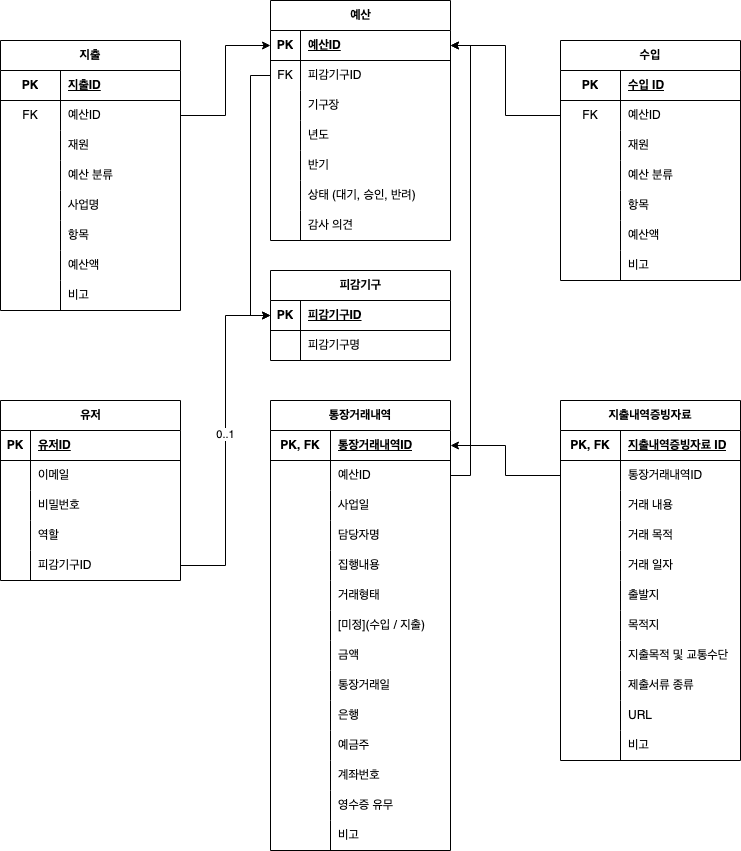
Before: images/감사원.drawio.png, a diagram exported from draw.io (tnqja0227/board-of-audit-and-inspection-system). Source tidied: cells renumbered, new cells last; positions are measured from the earlier drawing's top-left corner, leaving out a move shared by most shapes.
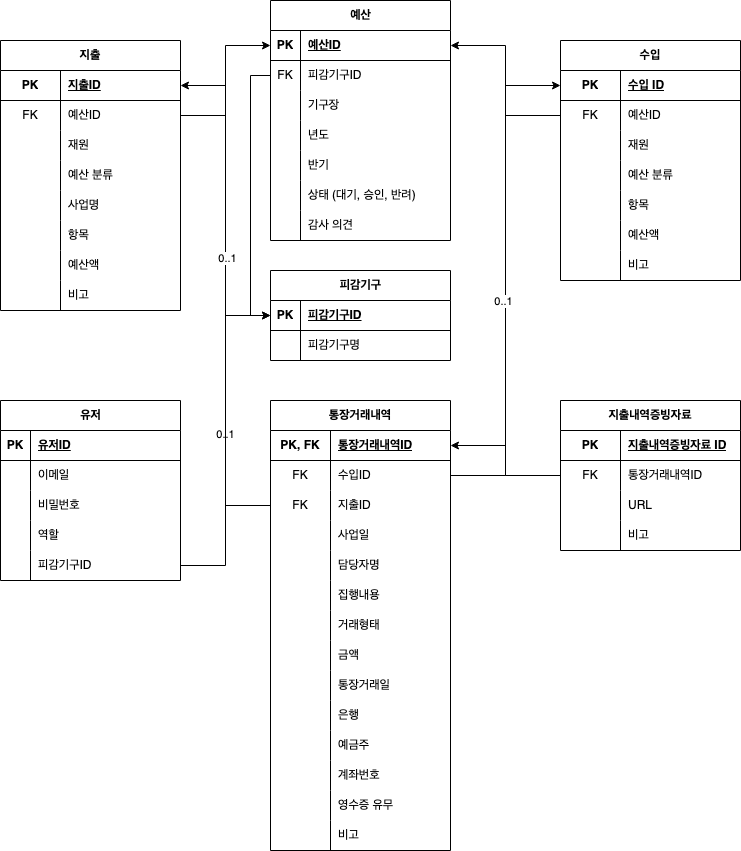
After the commit.

Diff of the diagram source:
```diff
@@ -179,14 +179,23 @@
     <mxCell id="60" style="shape=tableRow;horizontal=0;startSize=0;swimlaneHead=0;swimlaneBody=0;fillColor=none;points=[[0,0.5],[1,0.5]];portConstraint=eastwest;top=0;left=0;right=0;bottom=0;html=1;" parent="56" vertex="1">
       <mxGeometry y="60" width="180" height="30" as="geometry" />
     </mxCell>
-    <mxCell id="61" style="shape=partialRectangle;fillColor=none;top=0;left=0;bottom=0;right=0;overflow=hidden;html=1;whiteSpace=wrap;" parent="60" vertex="1">
+    <mxCell id="61" value="FK" style="shape=partialRectangle;fillColor=none;top=0;left=0;bottom=0;right=0;overflow=hidden;html=1;whiteSpace=wrap;" parent="60" vertex="1">
       <mxGeometry width="60" height="30" as="geometry" />
     </mxCell>
-    <mxCell id="62" value="예산ID" style="shape=partialRectangle;fillColor=none;top=0;left=0;bottom=0;right=0;align=left;spacingLeft=6;overflow=hidden;html=1;whiteSpace=wrap;" parent="60" vertex="1">
+    <mxCell id="62" value="수입ID" style="shape=partialRectangle;fillColor=none;top=0;left=0;bottom=0;right=0;align=left;spacingLeft=6;overflow=hidden;html=1;whiteSpace=wrap;" parent="60" vertex="1">
       <mxGeometry x="60" width="120" height="30" as="geometry" />
     </mxCell>
+    <mxCell id="106" style="shape=tableRow;horizontal=0;startSize=0;swimlaneHead=0;swimlaneBody=0;fillColor=none;points=[[0,0.5],[1,0.5]];portConstraint=eastwest;top=0;left=0;right=0;bottom=0;html=1;" parent="56" vertex="1">
+      <mxGeometry y="90" width="180" height="30" as="geometry" />
+    </mxCell>
+    <mxCell id="178" value="FK" style="shape=partialRectangle;fillColor=none;top=0;left=0;bottom=0;right=0;overflow=hidden;html=1;whiteSpace=wrap;" parent="106" vertex="1">
+      <mxGeometry width="60" height="30" as="geometry" />
+    </mxCell>
+    <mxCell id="179" value="지출ID" style="shape=partialRectangle;fillColor=none;top=0;left=0;bottom=0;right=0;align=left;spacingLeft=6;overflow=hidden;html=1;whiteSpace=wrap;" parent="106" vertex="1">
+      <mxGeometry x="60" width="120" height="30" as="geometry" />
+    </mxCell>
     <mxCell id="63" style="shape=tableRow;horizontal=0;startSize=0;swimlaneHead=0;swimlaneBody=0;fillColor=none;top=0;left=0;right=0;bottom=0;html=1;" parent="56" vertex="1">
-      <mxGeometry y="90" width="180" height="30" as="geometry" />
+      <mxGeometry y="120" width="180" height="30" as="geometry" />
     </mxCell>
     <mxCell id="64" style="shape=partialRectangle;fillColor=none;top=0;left=0;bottom=0;right=0;overflow=hidden;html=1;whiteSpace=wrap;" parent="63" vertex="1">
       <mxGeometry width="60" height="30" as="geometry" />
@@ -195,7 +204,7 @@
       <mxGeometry x="60" width="120" height="30" as="geometry" />
     </mxCell>
     <mxCell id="66" style="shape=tableRow;horizontal=0;startSize=0;swimlaneHead=0;swimlaneBody=0;fillColor=none;top=0;left=0;right=0;bottom=0;html=1;" parent="56" vertex="1">
-      <mxGeometry y="120" width="180" height="30" as="geometry" />
+      <mxGeometry y="150" width="180" height="30" as="geometry" />
     </mxCell>
     <mxCell id="67" style="shape=partialRectangle;fillColor=none;top=0;left=0;bottom=0;right=0;overflow=hidden;html=1;whiteSpace=wrap;" parent="66" vertex="1">
       <mxGeometry width="60" height="30" as="geometry" />
@@ -204,7 +213,7 @@
       <mxGeometry x="60" width="120" height="30" as="geometry" />
     </mxCell>
     <mxCell id="69" style="shape=tableRow;horizontal=0;startSize=0;swimlaneHead=0;swimlaneBody=0;fillColor=none;top=0;left=0;right=0;bottom=0;html=1;" parent="56" vertex="1">
-      <mxGeometry y="150" width="180" height="30" as="geometry" />
+      <mxGeometry y="180" width="180" height="30" as="geometry" />
     </mxCell>
     <mxCell id="70" style="shape=partialRectangle;fillColor=none;top=0;left=0;bottom=0;right=0;overflow=hidden;html=1;whiteSpace=wrap;" parent="69" vertex="1">
       <mxGeometry width="60" height="30" as="geometry" />
@@ -213,7 +222,7 @@
       <mxGeometry x="60" width="120" height="30" as="geometry" />
     </mxCell>
     <mxCell id="72" style="shape=tableRow;horizontal=0;startSize=0;swimlaneHead=0;swimlaneBody=0;fillColor=none;top=0;left=0;right=0;bottom=0;html=1;" parent="56" vertex="1">
-      <mxGeometry y="180" width="180" height="30" as="geometry" />
+      <mxGeometry y="210" width="180" height="30" as="geometry" />
     </mxCell>
     <mxCell id="73" style="shape=partialRectangle;fillColor=none;top=0;left=0;bottom=0;right=0;overflow=hidden;html=1;whiteSpace=wrap;" parent="72" vertex="1">
       <mxGeometry width="60" height="30" as="geometry" />
@@ -221,15 +230,6 @@
     <mxCell id="74" value="거래형태" style="shape=partialRectangle;fillColor=none;top=0;left=0;bottom=0;right=0;align=left;spacingLeft=6;overflow=hidden;html=1;whiteSpace=wrap;" parent="72" vertex="1">
       <mxGeometry x="60" width="120" height="30" as="geometry" />
     </mxCell>
-    <mxCell id="75" style="shape=tableRow;horizontal=0;startSize=0;swimlaneHead=0;swimlaneBody=0;fillColor=none;top=0;left=0;right=0;bottom=0;html=1;" parent="56" vertex="1">
-      <mxGeometry y="210" width="180" height="30" as="geometry" />
-    </mxCell>
-    <mxCell id="76" style="shape=partialRectangle;fillColor=none;top=0;left=0;bottom=0;right=0;overflow=hidden;html=1;whiteSpace=wrap;" parent="75" vertex="1">
-      <mxGeometry width="60" height="30" as="geometry" />
-    </mxCell>
-    <mxCell id="77" value="[미정](수입 / 지출)" style="shape=partialRectangle;fillColor=none;top=0;left=0;bottom=0;right=0;align=left;spacingLeft=6;overflow=hidden;html=1;whiteSpace=wrap;" parent="75" vertex="1">
-      <mxGeometry x="60" width="120" height="30" as="geometry" />
-    </mxCell>
     <mxCell id="78" style="shape=tableRow;horizontal=0;startSize=0;swimlaneHead=0;swimlaneBody=0;fillColor=none;top=0;left=0;right=0;bottom=0;html=1;" parent="56" vertex="1">
       <mxGeometry y="240" width="180" height="30" as="geometry" />
     </mxCell>
@@ -294,12 +294,12 @@
       <mxGeometry x="60" width="120" height="30" as="geometry" />
     </mxCell>
     <mxCell id="99" value="지출내역증빙자료" style="shape=table;startSize=30;rowLines=0;fontStyle=1;align=center;html=1;whiteSpace=wrap;" parent="1" vertex="1">
-      <mxGeometry x="560" y="400" width="180" height="360" as="geometry" />
+      <mxGeometry x="560" y="400" width="180" height="150" as="geometry" />
     </mxCell>
     <mxCell id="100" style="shape=tableRow;horizontal=0;startSize=0;swimlaneHead=0;swimlaneBody=0;fillColor=none;top=0;left=0;right=0;bottom=1;html=1;" parent="99" vertex="1">
       <mxGeometry y="30" width="180" height="30" as="geometry" />
     </mxCell>
-    <mxCell id="101" value="PK, FK" style="shape=partialRectangle;fillColor=none;top=0;left=0;bottom=0;right=0;fontStyle=1;overflow=hidden;html=1;whiteSpace=wrap;" parent="100" vertex="1">
+    <mxCell id="101" value="PK" style="shape=partialRectangle;fillColor=none;top=0;left=0;bottom=0;right=0;fontStyle=1;overflow=hidden;html=1;whiteSpace=wrap;" parent="100" vertex="1">
       <mxGeometry width="60" height="30" as="geometry" />
     </mxCell>
     <mxCell id="102" value="지출내역증빙자료&amp;nbsp;ID" style="shape=partialRectangle;fillColor=none;top=0;left=0;bottom=0;right=0;align=left;spacingLeft=6;fontStyle=5;overflow=hidden;html=1;whiteSpace=wrap;" parent="100" vertex="1">
@@ -308,77 +308,14 @@
     <mxCell id="103" style="shape=tableRow;horizontal=0;startSize=0;swimlaneHead=0;swimlaneBody=0;fillColor=none;points=[[0,0.5],[1,0.5]];portConstraint=eastwest;top=0;left=0;right=0;bottom=0;html=1;" parent="99" vertex="1">
       <mxGeometry y="60" width="180" height="30" as="geometry" />
     </mxCell>
-    <mxCell id="104" style="shape=partialRectangle;fillColor=none;top=0;left=0;bottom=0;right=0;overflow=hidden;html=1;whiteSpace=wrap;" parent="103" vertex="1">
+    <mxCell id="104" value="FK" style="shape=partialRectangle;fillColor=none;top=0;left=0;bottom=0;right=0;overflow=hidden;html=1;whiteSpace=wrap;" parent="103" vertex="1">
       <mxGeometry width="60" height="30" as="geometry" />
     </mxCell>
     <mxCell id="105" value="통장거래내역ID" style="shape=partialRectangle;fillColor=none;top=0;left=0;bottom=0;right=0;align=left;spacingLeft=6;overflow=hidden;html=1;whiteSpace=wrap;" parent="103" vertex="1">
       <mxGeometry x="60" width="120" height="30" as="geometry" />
     </mxCell>
-    <mxCell id="106" style="shape=tableRow;horizontal=0;startSize=0;swimlaneHead=0;swimlaneBody=0;fillColor=none;points=[[0,0.5],[1,0.5]];portConstraint=eastwest;top=0;left=0;right=0;bottom=0;html=1;" parent="99" vertex="1">
-      <mxGeometry y="90" width="180" height="30" as="geometry" />
-    </mxCell>
-    <mxCell id="107" style="shape=partialRectangle;fillColor=none;top=0;left=0;bottom=0;right=0;overflow=hidden;html=1;whiteSpace=wrap;" parent="106" vertex="1">
-      <mxGeometry width="60" height="30" as="geometry" />
-    </mxCell>
-    <mxCell id="108" value="거래 내용" style="shape=partialRectangle;fillColor=none;top=0;left=0;bottom=0;right=0;align=left;spacingLeft=6;overflow=hidden;html=1;whiteSpace=wrap;" parent="106" vertex="1">
-      <mxGeometry x="60" width="120" height="30" as="geometry" />
-    </mxCell>
-    <mxCell id="109" style="shape=tableRow;horizontal=0;startSize=0;swimlaneHead=0;swimlaneBody=0;fillColor=none;top=0;left=0;right=0;bottom=0;html=1;" parent="99" vertex="1">
-      <mxGeometry y="120" width="180" height="30" as="geometry" />
-    </mxCell>
-    <mxCell id="110" style="shape=partialRectangle;fillColor=none;top=0;left=0;bottom=0;right=0;overflow=hidden;html=1;whiteSpace=wrap;" parent="109" vertex="1">
-      <mxGeometry width="60" height="30" as="geometry" />
-    </mxCell>
-    <mxCell id="111" value="거래 목적" style="shape=partialRectangle;fillColor=none;top=0;left=0;bottom=0;right=0;align=left;spacingLeft=6;overflow=hidden;html=1;whiteSpace=wrap;" parent="109" vertex="1">
-      <mxGeometry x="60" width="120" height="30" as="geometry" />
-    </mxCell>
-    <mxCell id="112" style="shape=tableRow;horizontal=0;startSize=0;swimlaneHead=0;swimlaneBody=0;fillColor=none;top=0;left=0;right=0;bottom=0;html=1;" parent="99" vertex="1">
-      <mxGeometry y="150" width="180" height="30" as="geometry" />
-    </mxCell>
-    <mxCell id="113" style="shape=partialRectangle;fillColor=none;top=0;left=0;bottom=0;right=0;overflow=hidden;html=1;whiteSpace=wrap;" parent="112" vertex="1">
-      <mxGeometry width="60" height="30" as="geometry" />
-    </mxCell>
-    <mxCell id="114" value="거래 일자" style="shape=partialRectangle;fillColor=none;top=0;left=0;bottom=0;right=0;align=left;spacingLeft=6;overflow=hidden;html=1;whiteSpace=wrap;" parent="112" vertex="1">
-      <mxGeometry x="60" width="120" height="30" as="geometry" />
-    </mxCell>
-    <mxCell id="115" style="shape=tableRow;horizontal=0;startSize=0;swimlaneHead=0;swimlaneBody=0;fillColor=none;top=0;left=0;right=0;bottom=0;html=1;" parent="99" vertex="1">
-      <mxGeometry y="180" width="180" height="30" as="geometry" />
-    </mxCell>
-    <mxCell id="116" style="shape=partialRectangle;fillColor=none;top=0;left=0;bottom=0;right=0;overflow=hidden;html=1;whiteSpace=wrap;" parent="115" vertex="1">
-      <mxGeometry width="60" height="30" as="geometry" />
-    </mxCell>
-    <mxCell id="117" value="출발지" style="shape=partialRectangle;fillColor=none;top=0;left=0;bottom=0;right=0;align=left;spacingLeft=6;overflow=hidden;html=1;whiteSpace=wrap;" parent="115" vertex="1">
-      <mxGeometry x="60" width="120" height="30" as="geometry" />
-    </mxCell>
-    <mxCell id="118" style="shape=tableRow;horizontal=0;startSize=0;swimlaneHead=0;swimlaneBody=0;fillColor=none;top=0;left=0;right=0;bottom=0;html=1;" parent="99" vertex="1">
-      <mxGeometry y="210" width="180" height="30" as="geometry" />
-    </mxCell>
-    <mxCell id="119" style="shape=partialRectangle;fillColor=none;top=0;left=0;bottom=0;right=0;overflow=hidden;html=1;whiteSpace=wrap;" parent="118" vertex="1">
-      <mxGeometry width="60" height="30" as="geometry" />
-    </mxCell>
-    <mxCell id="120" value="목적지" style="shape=partialRectangle;fillColor=none;top=0;left=0;bottom=0;right=0;align=left;spacingLeft=6;overflow=hidden;html=1;whiteSpace=wrap;" parent="118" vertex="1">
-      <mxGeometry x="60" width="120" height="30" as="geometry" />
-    </mxCell>
-    <mxCell id="121" style="shape=tableRow;horizontal=0;startSize=0;swimlaneHead=0;swimlaneBody=0;fillColor=none;top=0;left=0;right=0;bottom=0;html=1;" parent="99" vertex="1">
-      <mxGeometry y="240" width="180" height="30" as="geometry" />
-    </mxCell>
-    <mxCell id="122" style="shape=partialRectangle;fillColor=none;top=0;left=0;bottom=0;right=0;overflow=hidden;html=1;whiteSpace=wrap;" parent="121" vertex="1">
-      <mxGeometry width="60" height="30" as="geometry" />
-    </mxCell>
-    <mxCell id="123" value="지출목적 및 교통수단" style="shape=partialRectangle;fillColor=none;top=0;left=0;bottom=0;right=0;align=left;spacingLeft=6;overflow=hidden;html=1;whiteSpace=wrap;" parent="121" vertex="1">
-      <mxGeometry x="60" width="120" height="30" as="geometry" />
-    </mxCell>
-    <mxCell id="124" style="shape=tableRow;horizontal=0;startSize=0;swimlaneHead=0;swimlaneBody=0;fillColor=none;top=0;left=0;right=0;bottom=0;html=1;" parent="99" vertex="1">
-      <mxGeometry y="270" width="180" height="30" as="geometry" />
-    </mxCell>
-    <mxCell id="125" style="shape=partialRectangle;fillColor=none;top=0;left=0;bottom=0;right=0;overflow=hidden;html=1;whiteSpace=wrap;" parent="124" vertex="1">
-      <mxGeometry width="60" height="30" as="geometry" />
-    </mxCell>
-    <mxCell id="126" value="제출서류 종류" style="shape=partialRectangle;fillColor=none;top=0;left=0;bottom=0;right=0;align=left;spacingLeft=6;overflow=hidden;html=1;whiteSpace=wrap;" parent="124" vertex="1">
-      <mxGeometry x="60" width="120" height="30" as="geometry" />
-    </mxCell>
     <mxCell id="127" style="shape=tableRow;horizontal=0;startSize=0;swimlaneHead=0;swimlaneBody=0;fillColor=none;top=0;left=0;right=0;bottom=0;html=1;" parent="99" vertex="1">
-      <mxGeometry y="300" width="180" height="30" as="geometry" />
+      <mxGeometry y="90" width="180" height="30" as="geometry" />
     </mxCell>
     <mxCell id="128" style="shape=partialRectangle;fillColor=none;top=0;left=0;bottom=0;right=0;overflow=hidden;html=1;whiteSpace=wrap;" parent="127" vertex="1">
       <mxGeometry width="60" height="30" as="geometry" />
@@ -387,7 +324,7 @@
       <mxGeometry x="60" width="120" height="30" as="geometry" />
     </mxCell>
     <mxCell id="130" style="shape=tableRow;horizontal=0;startSize=0;swimlaneHead=0;swimlaneBody=0;fillColor=none;top=0;left=0;right=0;bottom=0;html=1;" parent="99" vertex="1">
-      <mxGeometry y="330" width="180" height="30" as="geometry" />
+      <mxGeometry y="120" width="180" height="30" as="geometry" />
     </mxCell>
     <mxCell id="131" style="shape=partialRectangle;fillColor=none;top=0;left=0;bottom=0;right=0;overflow=hidden;html=1;whiteSpace=wrap;" parent="130" vertex="1">
       <mxGeometry width="60" height="30" as="geometry" />
@@ -464,9 +401,6 @@
     <mxCell id="155" style="edgeStyle=orthogonalEdgeStyle;rounded=0;jettySize=auto;html=1;exitX=0;exitY=0.5;exitDx=0;exitDy=0;entryX=0;entryY=0.5;entryDx=0;entryDy=0;" parent="1" edge="1" source="137" target="3">
       <mxGeometry relative="1" as="geometry" />
     </mxCell>
-    <mxCell id="156" style="edgeStyle=orthogonalEdgeStyle;rounded=0;jettySize=auto;html=1;exitX=1;exitY=0.5;exitDx=0;exitDy=0;entryX=1;entryY=0.5;entryDx=0;entryDy=0;" parent="1" edge="1" source="60" target="134">
-      <mxGeometry relative="1" as="geometry" />
-    </mxCell>
     <mxCell id="157" style="edgeStyle=orthogonalEdgeStyle;rounded=0;jettySize=auto;html=1;exitX=0;exitY=0.5;exitDx=0;exitDy=0;entryX=1;entryY=0.5;entryDx=0;entryDy=0;" parent="1" edge="1" source="103" target="57">
       <mxGeometry relative="1" as="geometry" />
     </mxCell>
@@ -530,5 +464,17 @@
     <mxCell id="177" value="0..1" style="edgeLabel;html=1;align=center;verticalAlign=middle;" parent="176" vertex="1">
       <mxGeometry x="0.04" y="1" relative="1" as="geometry" />
     </mxCell>
+    <mxCell id="180" style="edgeStyle=orthogonalEdgeStyle;rounded=0;jettySize=auto;html=1;exitX=1;exitY=0.5;exitDx=0;exitDy=0;entryX=0;entryY=0.5;entryDx=0;entryDy=0;" parent="1" edge="1" source="60" target="10">
+      <mxGeometry relative="1" as="geometry" />
+    </mxCell>
+    <mxCell id="181" value="0..1" style="edgeLabel;html=1;align=center;verticalAlign=middle;" parent="180" vertex="1">
+      <mxGeometry x="-0.08" y="3" relative="1" as="geometry" />
+    </mxCell>
+    <mxCell id="182" style="edgeStyle=orthogonalEdgeStyle;rounded=0;jettySize=auto;html=1;exitX=0;exitY=0.5;exitDx=0;exitDy=0;entryX=1;entryY=0.5;entryDx=0;entryDy=0;" parent="1" edge="1" source="106" target="32">
+      <mxGeometry relative="1" as="geometry" />
+    </mxCell>
+    <mxCell id="183" value="0..1" style="edgeLabel;html=1;align=center;verticalAlign=middle;" parent="182" vertex="1">
+      <mxGeometry x="0.15" y="-1" relative="1" as="geometry" />
+    </mxCell>
   </root>
 </mxGraphModel>
```
